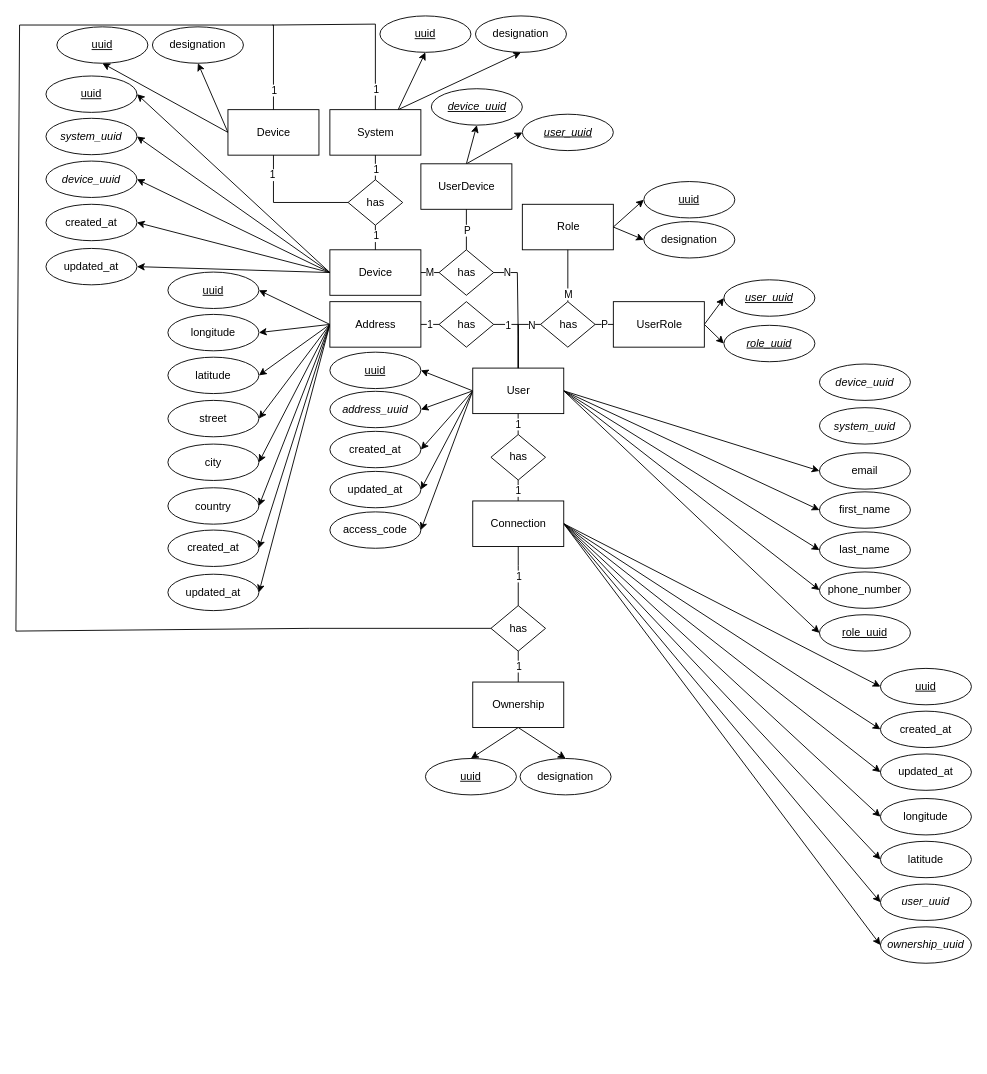
Above: db.drawio in MEISI-Thesis/thesis-documentation (draw.io), before the change. Source tidied: cells renumbered, new cells numbered last; positions are measured from the earlier drawing's top-left corner, leaving out a move shared by most shapes. Both pictures are drawn from the tidied source at 91%, with x=0, y=0 at pixel (15, 15).
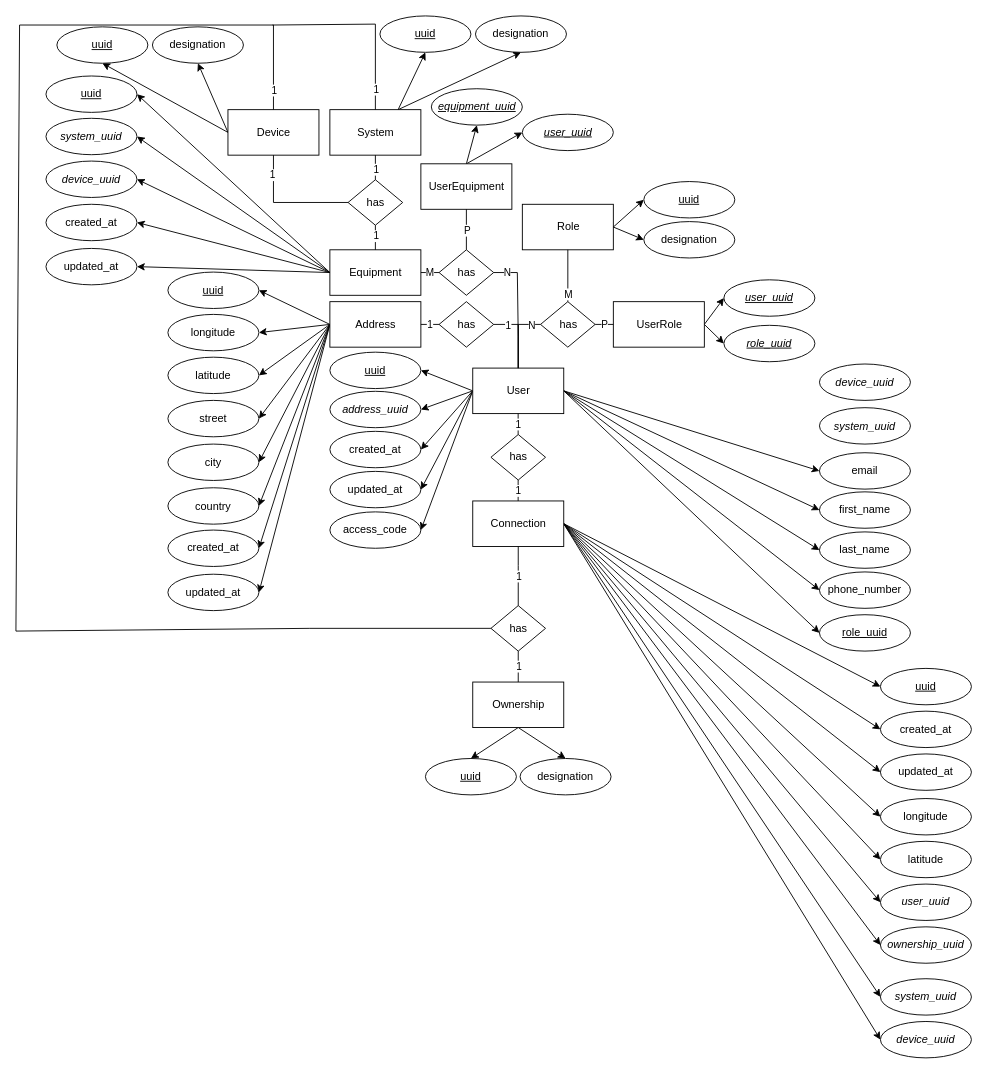
The same diagram, later.

The change refers to these unchanged cells:
```xml
<mxCell id="9" value="Connection" style="html=1;dashed=0;whitespace=wrap;" parent="1" vertex="1">
  <mxGeometry x="502" y="533" width="100" height="50" as="geometry" />
</mxCell>
```

Change to the diagram source:
```diff
@@
+    <mxCell id="137" style="edgeStyle=none;html=1;exitX=1;exitY=0.5;exitDx=0;exitDy=0;entryX=0;entryY=0.5;entryDx=0;entryDy=0;" parent="1" edge="1" source="9" target="139">
+      <mxGeometry relative="1" as="geometry" />
+    </mxCell>
+    <mxCell id="138" style="edgeStyle=none;html=1;exitX=1;exitY=0.5;exitDx=0;exitDy=0;entryX=0;entryY=0.5;entryDx=0;entryDy=0;" parent="1" edge="1" source="9" target="140">
+      <mxGeometry relative="1" as="geometry" />
+    </mxCell>
@@
-    <mxCell id="87" value="Device" style="html=1;dashed=0;whitespace=wrap;" parent="1" vertex="1">
+    <mxCell id="87" value="Equipment" style="html=1;dashed=0;whitespace=wrap;" parent="1" vertex="1">
       <mxGeometry x="345" y="257" width="100" height="50" as="geometry" />
     </mxCell>
@@
-    <mxCell id="95" value="UserDevice" style="html=1;dashed=0;whitespace=wrap;" parent="1" vertex="1">
+    <mxCell id="95" value="UserEquipment" style="html=1;dashed=0;whitespace=wrap;" parent="1" vertex="1">
       <mxGeometry x="445" y="162.5" width="100" height="50" as="geometry" />
     </mxCell>
@@
-    <mxCell id="110" value="&lt;i&gt;&lt;u&gt;device_uuid&lt;/u&gt;&lt;/i&gt;" style="ellipse;whiteSpace=wrap;html=1;align=center;" parent="1" vertex="1">
+    <mxCell id="110" value="&lt;i&gt;&lt;u&gt;equipment_uuid&lt;/u&gt;&lt;/i&gt;" style="ellipse;whiteSpace=wrap;html=1;align=center;" parent="1" vertex="1">
       <mxGeometry x="456.5" y="80" width="100" height="40" as="geometry" />
     </mxCell>
@@
+    <mxCell id="139" value="&lt;i&gt;system_uuid&lt;/i&gt;" style="ellipse;whiteSpace=wrap;html=1;align=center;" parent="1" vertex="1">
+      <mxGeometry x="950" y="1058" width="100" height="40" as="geometry" />
+    </mxCell>
+    <mxCell id="140" value="&lt;i&gt;device_uuid&lt;/i&gt;" style="ellipse;whiteSpace=wrap;html=1;align=center;" parent="1" vertex="1">
+      <mxGeometry x="950" y="1105" width="100" height="40" as="geometry" />
+    </mxCell>
```
